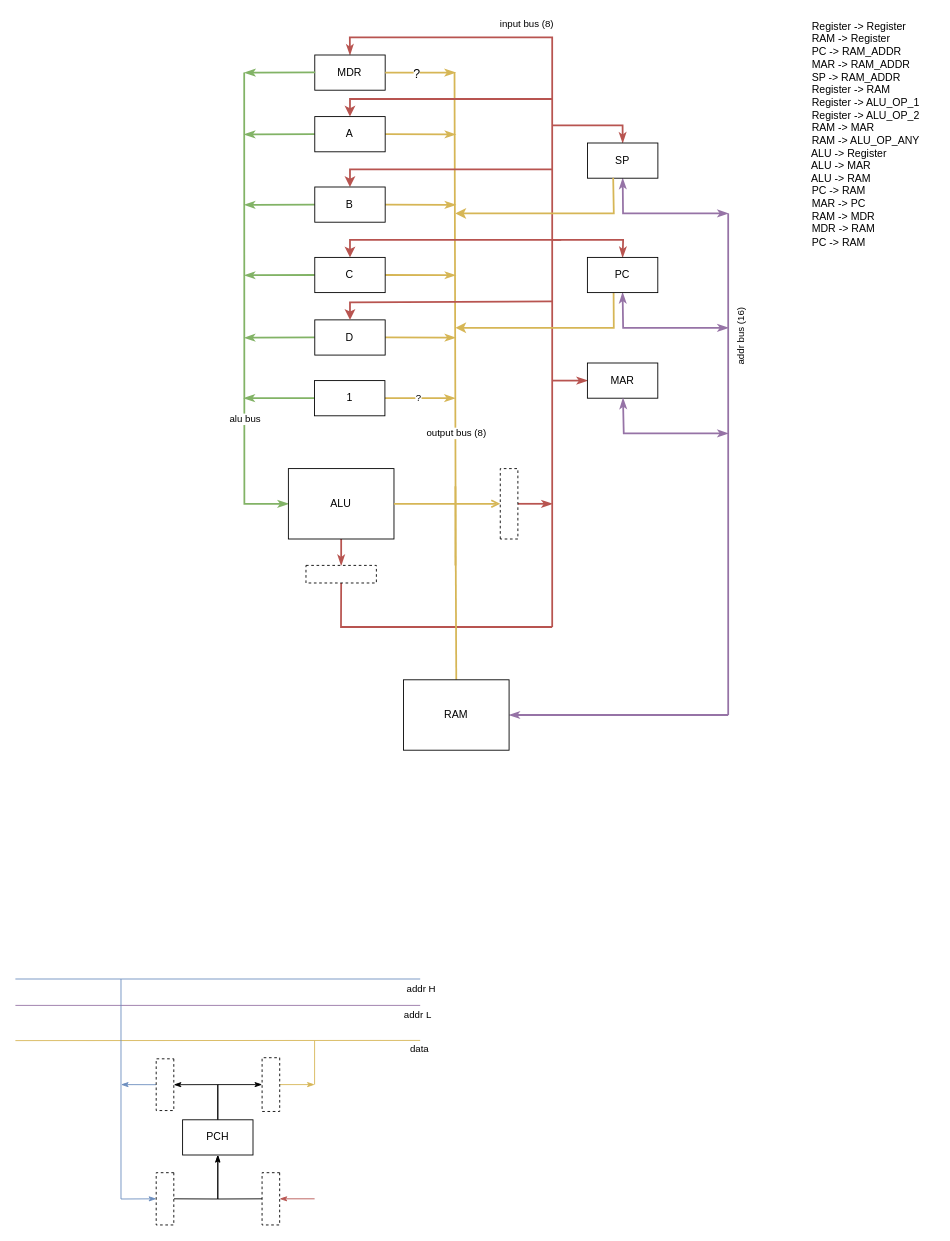
Above: design.drawio in ecoshub/asme8 (draw.io), before the change. Source tidied: cells renumbered, new cells numbered last; positions are measured from the earlier drawing's top-left corner, leaving out a move shared by most shapes. Both pictures are drawn from the tidied source at 88%, with x=0, y=0 at pixel (15, 14).
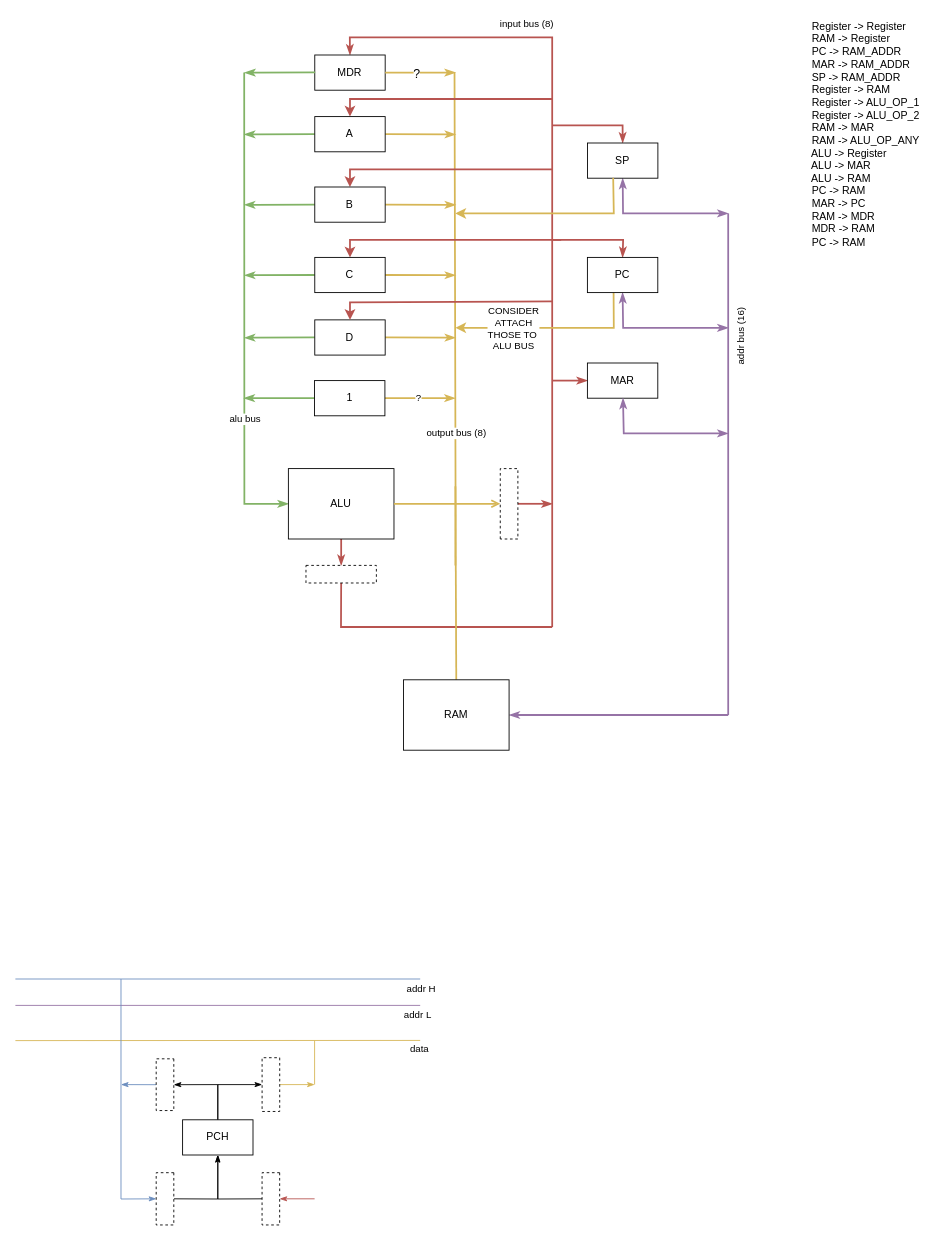
After the change.

The change refers to these unchanged cells:
```xml
<mxCell id="35" style="edgeStyle=none;rounded=0;html=1;exitX=0.372;exitY=1;exitDx=0;exitDy=0;startArrow=none;startFill=0;endArrow=classic;endFill=1;fillColor=#fff2cc;strokeColor=#d6b656;strokeWidth=2;exitPerimeter=0;" parent="1" edge="1" source="38">
  <mxGeometry relative="1" as="geometry">
    <mxPoint x="500" y="356" as="targetPoint" />
    <Array as="points">
      <mxPoint x="680" y="356" />
    </Array>
  </mxGeometry>
</mxCell>
```

Change to the diagram source:
```diff
@@
+    <mxCell id="79" value="CONSIDER&lt;br&gt;ATTACH&lt;br&gt;THOSE TO&amp;nbsp;&lt;br&gt;ALU BUS" style="edgeLabel;html=1;align=center;verticalAlign=middle;" parent="35" vertex="1">
+      <mxGeometry x="0.41" relative="1" as="geometry" />
+    </mxCell>
```
